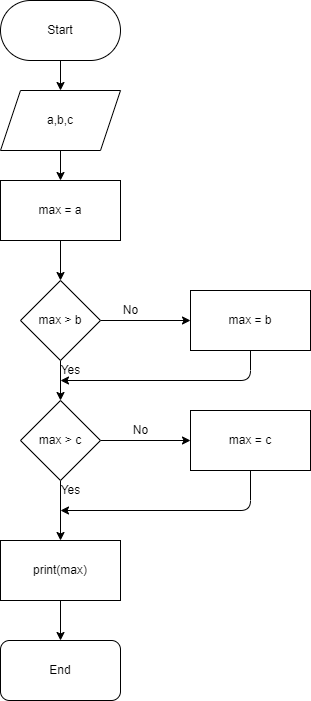
This is lesson1/ex02/ex02.drawio.png from AlexandrZimakov/HomeWork_1, a draw.io export, as it was before one commit. Source tidied: cells renumbered, new cells last; positions are measured from the earlier drawing's top-left corner, leaving out a move shared by most shapes.
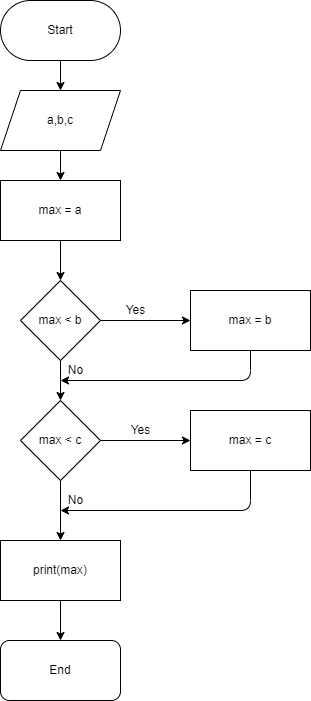
The same file after the commit.

What changed in the source:
```diff
@@ -26,7 +26,7 @@
     <mxCell id="9" style="edgeStyle=none;html=1;exitX=1;exitY=0.5;exitDx=0;exitDy=0;entryX=0;entryY=0.5;entryDx=0;entryDy=0;" parent="1" edge="1" source="10" target="18">
       <mxGeometry relative="1" as="geometry" />
     </mxCell>
-    <mxCell id="10" value="max &amp;gt; b" style="rhombus;whiteSpace=wrap;html=1;" parent="1" vertex="1">
+    <mxCell id="10" value="max &amp;lt; b" style="rhombus;whiteSpace=wrap;html=1;" parent="1" vertex="1">
       <mxGeometry x="20" y="280" width="80" height="80" as="geometry" />
     </mxCell>
     <mxCell id="11" style="edgeStyle=none;html=1;exitX=0.5;exitY=1;exitDx=0;exitDy=0;entryX=0.5;entryY=0;entryDx=0;entryDy=0;" parent="1" edge="1" source="13" target="15">
@@ -35,7 +35,7 @@
     <mxCell id="12" style="edgeStyle=none;html=1;exitX=1;exitY=0.5;exitDx=0;exitDy=0;entryX=0;entryY=0.5;entryDx=0;entryDy=0;" parent="1" edge="1" source="13" target="20">
       <mxGeometry relative="1" as="geometry" />
     </mxCell>
-    <mxCell id="13" value="max &amp;gt; c" style="rhombus;whiteSpace=wrap;html=1;" parent="1" vertex="1">
+    <mxCell id="13" value="max &amp;lt; c" style="rhombus;whiteSpace=wrap;html=1;" parent="1" vertex="1">
       <mxGeometry x="20" y="400" width="80" height="80" as="geometry" />
     </mxCell>
     <mxCell id="14" style="edgeStyle=none;html=1;exitX=0.5;exitY=1;exitDx=0;exitDy=0;entryX=0.5;entryY=0;entryDx=0;entryDy=0;" parent="1" edge="1" source="15" target="16">
@@ -70,16 +70,16 @@
       <mxGeometry x="190" y="410" width="120" height="60" as="geometry" />
     </mxCell>
     <mxCell id="21" value="No" style="text;html=1;align=center;verticalAlign=middle;strokeColor=none;fillColor=none;" parent="1" vertex="1">
-      <mxGeometry x="115" y="300" width="30" height="20" as="geometry" />
+      <mxGeometry x="60" y="360" width="30" height="20" as="geometry" />
     </mxCell>
     <mxCell id="22" value="Yes" style="text;html=1;align=center;verticalAlign=middle;strokeColor=none;fillColor=none;" parent="1" vertex="1">
-      <mxGeometry x="50" y="360" width="40" height="20" as="geometry" />
+      <mxGeometry x="115" y="300" width="40" height="20" as="geometry" />
     </mxCell>
     <mxCell id="23" value="No" style="text;html=1;align=center;verticalAlign=middle;strokeColor=none;fillColor=none;" parent="1" vertex="1">
-      <mxGeometry x="125" y="420" width="30" height="20" as="geometry" />
+      <mxGeometry x="60" y="490" width="30" height="20" as="geometry" />
     </mxCell>
     <mxCell id="24" value="Yes" style="text;html=1;align=center;verticalAlign=middle;strokeColor=none;fillColor=none;" parent="1" vertex="1">
-      <mxGeometry x="50" y="480" width="40" height="20" as="geometry" />
+      <mxGeometry x="120" y="420" width="40" height="20" as="geometry" />
     </mxCell>
   </root>
 </mxGraphModel>
```
